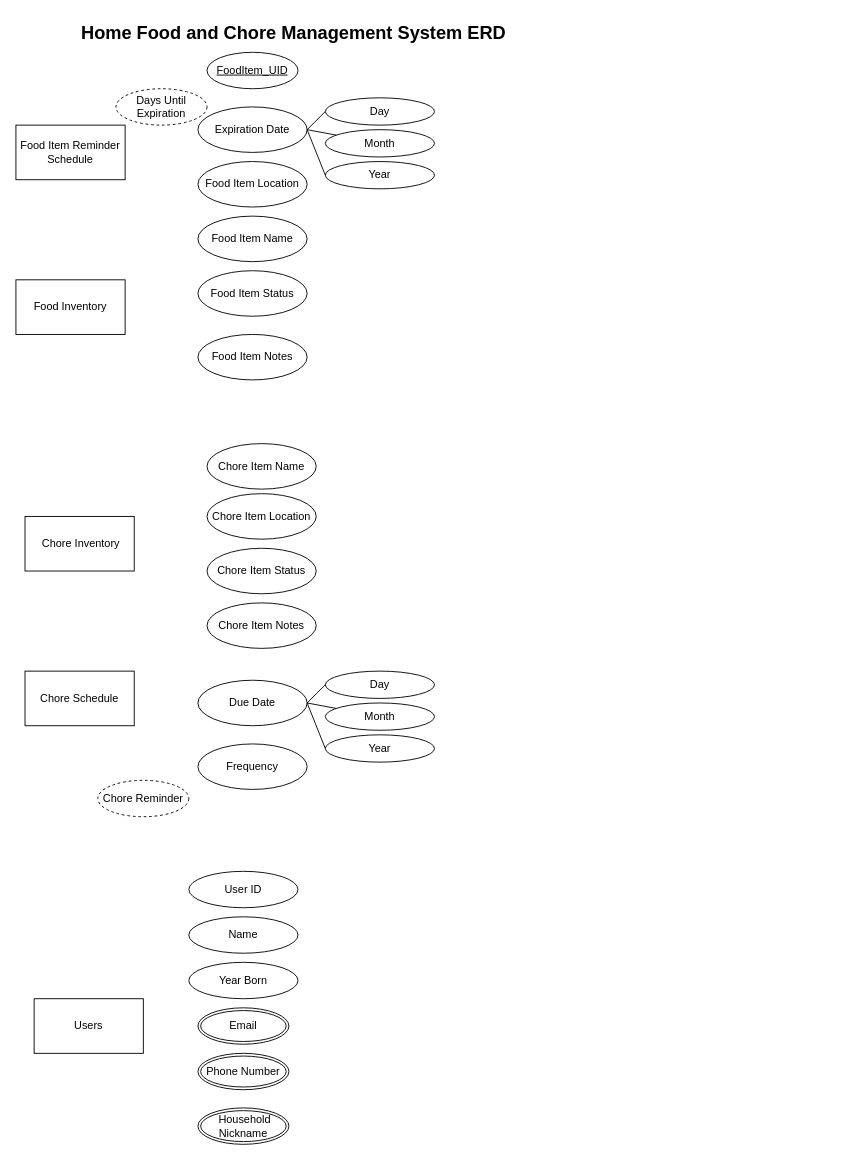
Earlier version of the draw.io diagram Assignment 2/Assignment2ERD.drawio (k-wtamu/CIDM6330). Source tidied: cells renumbered, new cells numbered last; positions are measured from the earlier drawing's top-left corner, leaving out a move shared by most shapes. Both pictures are drawn from the tidied source at 91%, with x=0, y=0 at pixel (15, 15).
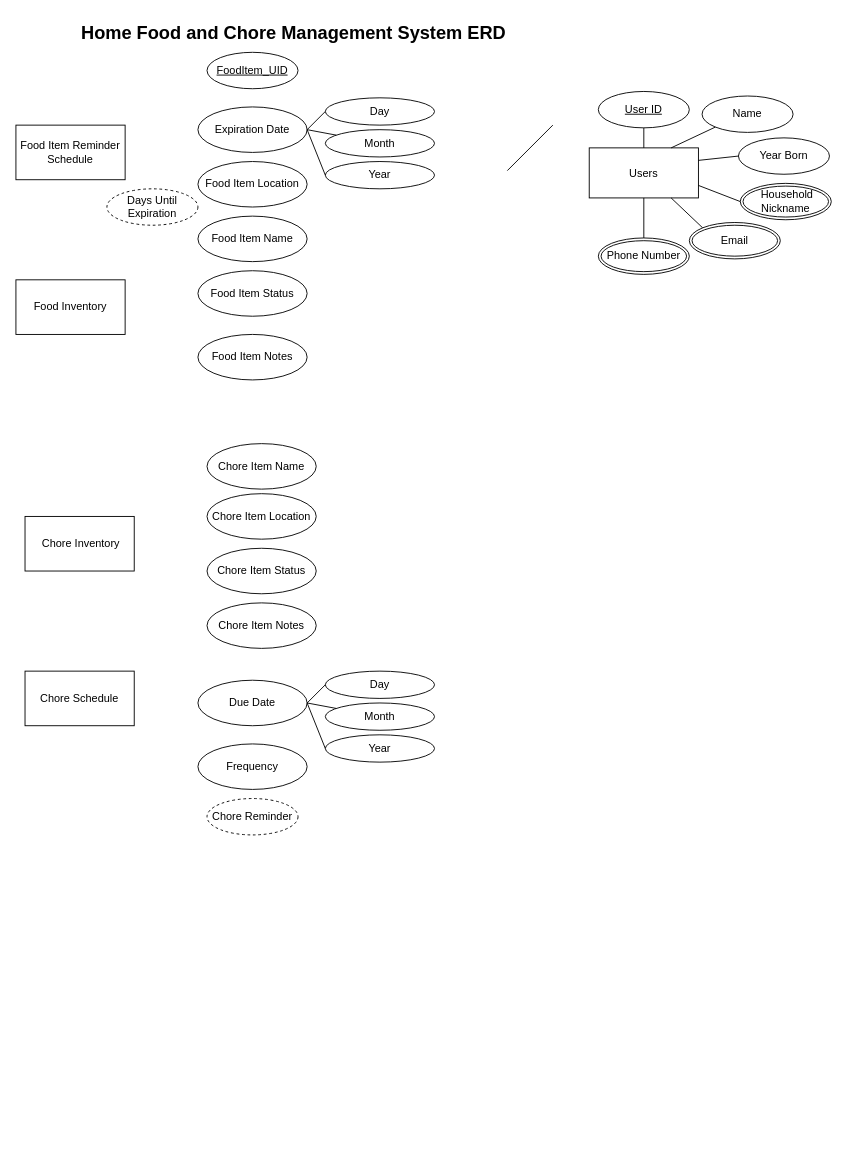
Above is the later version.

What changed in the source:
```diff
@@
     <mxCell id="31" value="Days Until Expiration" style="ellipse;whiteSpace=wrap;html=1;align=center;dashed=1;" parent="1" vertex="1">
-      <mxGeometry x="110" y="80" width="100" height="40" as="geometry" />
+      <mxGeometry x="100" y="190" width="100" height="40" as="geometry" />
     </mxCell>
     <mxCell id="32" value="Chore Reminder" style="ellipse;whiteSpace=wrap;html=1;align=center;dashed=1;" parent="1" vertex="1">
-      <mxGeometry x="90" y="840" width="100" height="40" as="geometry" />
+      <mxGeometry x="210" y="860" width="100" height="40" as="geometry" />
     </mxCell>
     <mxCell id="33" value="Users" style="rounded=0;whiteSpace=wrap;html=1;" parent="1" vertex="1">
-      <mxGeometry x="20" y="1080" width="120" height="60" as="geometry" />
+      <mxGeometry x="630" y="145" width="120" height="55" as="geometry" />
     </mxCell>
     <mxCell id="34" value="Name" style="ellipse;whiteSpace=wrap;html=1;" parent="1" vertex="1">
-      <mxGeometry x="190" y="990" width="120" height="40" as="geometry" />
+      <mxGeometry x="754" y="88" width="100" height="40" as="geometry" />
     </mxCell>
-    <mxCell id="35" value="User ID" style="ellipse;whiteSpace=wrap;html=1;" parent="1" vertex="1">
-      <mxGeometry x="190" y="940" width="120" height="40" as="geometry" />
-    </mxCell>
     <mxCell id="36" value="Year Born" style="ellipse;whiteSpace=wrap;html=1;" parent="1" vertex="1">
-      <mxGeometry x="190" y="1040" width="120" height="40" as="geometry" />
+      <mxGeometry x="794" y="134" width="100" height="40" as="geometry" />
     </mxCell>
     <mxCell id="37" value="Phone Number" style="ellipse;shape=doubleEllipse;margin=3;whiteSpace=wrap;html=1;align=center;" parent="1" vertex="1">
-      <mxGeometry x="200" y="1140" width="100" height="40" as="geometry" />
+      <mxGeometry x="640" y="244" width="100" height="40" as="geometry" />
     </mxCell>
     <mxCell id="38" value="Email" style="ellipse;shape=doubleEllipse;margin=3;whiteSpace=wrap;html=1;align=center;" parent="1" vertex="1">
-      <mxGeometry x="200" y="1090" width="100" height="40" as="geometry" />
+      <mxGeometry x="740" y="227" width="100" height="40" as="geometry" />
     </mxCell>
     <mxCell id="39" value="&amp;nbsp;Household Nickname" style="ellipse;shape=doubleEllipse;margin=3;whiteSpace=wrap;html=1;align=center;" parent="1" vertex="1">
-      <mxGeometry x="200" y="1200" width="100" height="40" as="geometry" />
+      <mxGeometry x="796" y="184" width="100" height="40" as="geometry" />
     </mxCell>
+    <mxCell id="35" value="&lt;u&gt;User ID&lt;/u&gt;" style="ellipse;whiteSpace=wrap;html=1;align=center;" parent="1" vertex="1">
+      <mxGeometry x="640" y="83" width="100" height="40" as="geometry" />
+    </mxCell>
+    <mxCell id="40" style="endArrow=none;html=1;rounded=0;entryX=0.5;entryY=1;entryDx=0;entryDy=0;exitX=0.5;exitY=0;exitDx=0;exitDy=0;" parent="1" edge="1" source="37" target="33">
+      <mxGeometry relative="1" as="geometry" />
+    </mxCell>
+    <mxCell id="41" style="endArrow=none;html=1;rounded=0;" parent="1" edge="1">
+      <mxGeometry relative="1" as="geometry">
+        <mxPoint x="540" y="170" as="sourcePoint" />
+        <mxPoint x="590" y="120" as="targetPoint" />
+      </mxGeometry>
+    </mxCell>
+    <mxCell id="42" style="endArrow=none;html=1;rounded=0;entryX=0.5;entryY=1;entryDx=0;entryDy=0;exitX=0.5;exitY=0;exitDx=0;exitDy=0;" parent="1" edge="1" source="33" target="35">
+      <mxGeometry relative="1" as="geometry" />
+    </mxCell>
+    <mxCell id="43" style="endArrow=none;html=1;rounded=0;entryX=0;entryY=1;entryDx=0;entryDy=0;exitX=0.75;exitY=0;exitDx=0;exitDy=0;" parent="1" edge="1" source="33" target="34">
+      <mxGeometry relative="1" as="geometry" />
+    </mxCell>
+    <mxCell id="44" style="endArrow=none;html=1;rounded=0;entryX=0;entryY=0.5;entryDx=0;entryDy=0;exitX=1;exitY=0.25;exitDx=0;exitDy=0;" parent="1" edge="1" source="33" target="36">
+      <mxGeometry relative="1" as="geometry" />
+    </mxCell>
+    <mxCell id="45" style="endArrow=none;html=1;rounded=0;exitX=0;exitY=0.5;exitDx=0;exitDy=0;entryX=1;entryY=0.75;entryDx=0;entryDy=0;" parent="1" edge="1" source="39" target="33">
+      <mxGeometry relative="1" as="geometry" />
+    </mxCell>
+    <mxCell id="46" style="endArrow=none;html=1;rounded=0;entryX=0;entryY=0;entryDx=0;entryDy=0;exitX=0.75;exitY=1;exitDx=0;exitDy=0;" parent="1" edge="1" source="33" target="38">
+      <mxGeometry relative="1" as="geometry" />
+    </mxCell>
```
